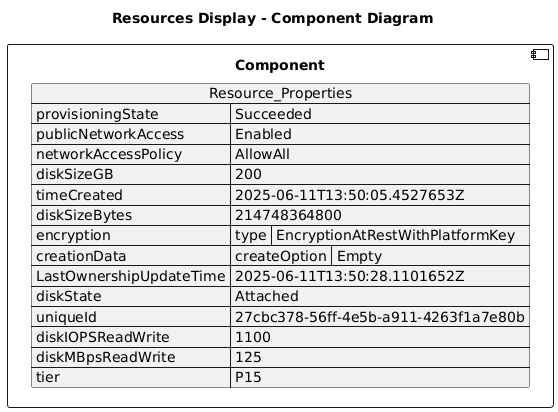
DanielAmpong/Test-Azure-architecture-diagram keeps this PlantUML diagram as diagrams/vm_mf1_datadisk1.png. Above is the earlier version.
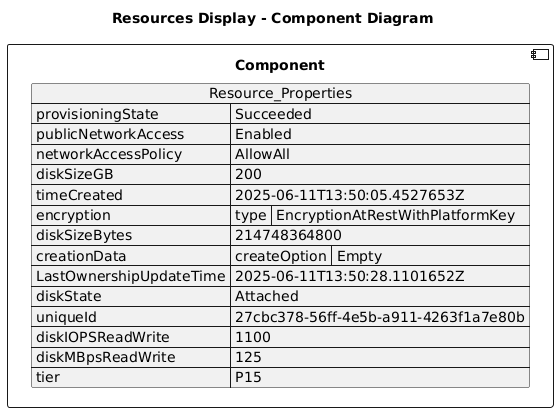
The same diagram one commit later.

The edit, as a diff of the source:
```diff
@@ -10,10 +10,10 @@
   "networkAccessPolicy": "AllowAll",
   "diskSizeGB": 200,
   "timeCreated": "2025-06-11T13:50:05.4527653Z",
-  "diskSizeBytes": 214748364800,
   "encryption": {
     "type": "EncryptionAtRestWithPlatformKey"
   },
+  "diskSizeBytes": 214748364800,
   "creationData": {
     "createOption": "Empty"
   },
```
